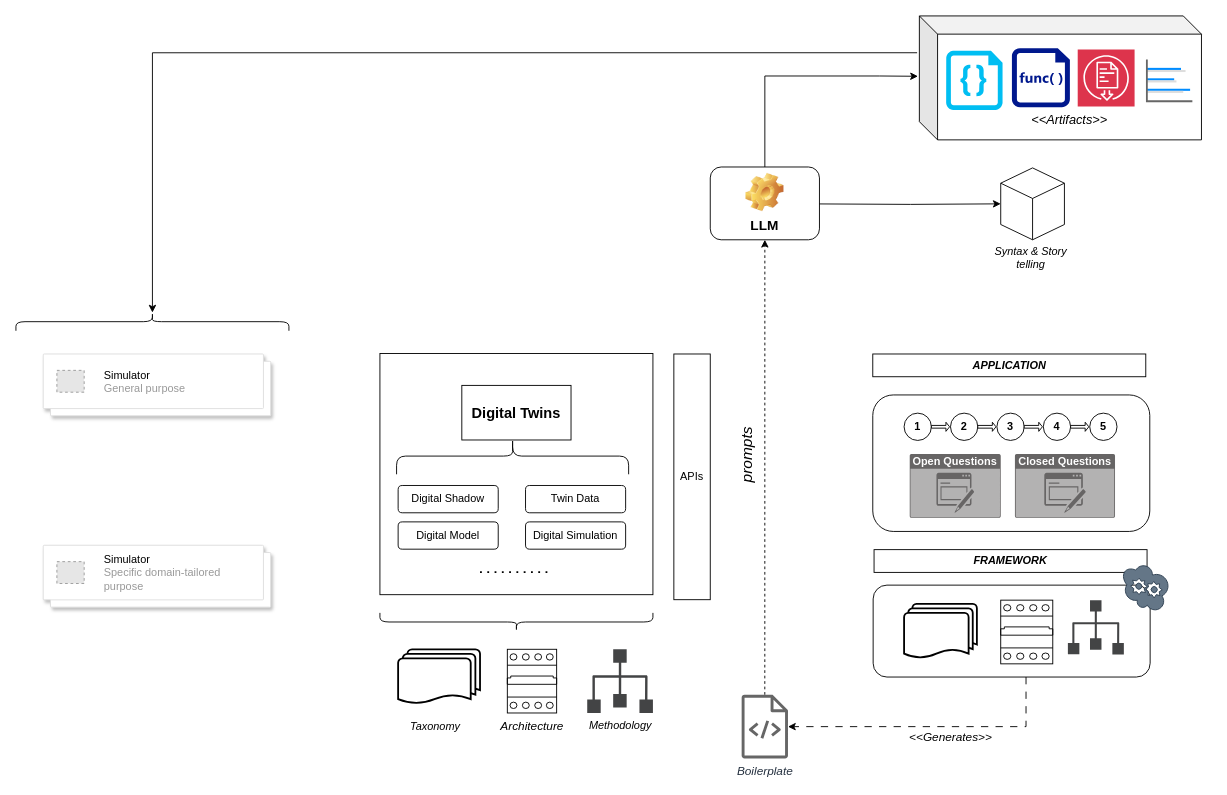
This is drawio/mams/dd-twins/DDTwins_Architecture.drawio from scrodrig/Diagrams, a draw.io file, before an edit. Source tidied: cells renumbered, new cells numbered last; positions are measured from the earlier drawing's top-left corner, leaving out a move shared by most shapes. Both pictures are drawn from the tidied source at 91%, with x=0, y=0 at pixel (43, 15). Pictures stored in the file or linked from it are replaced by grey dashed boxes.
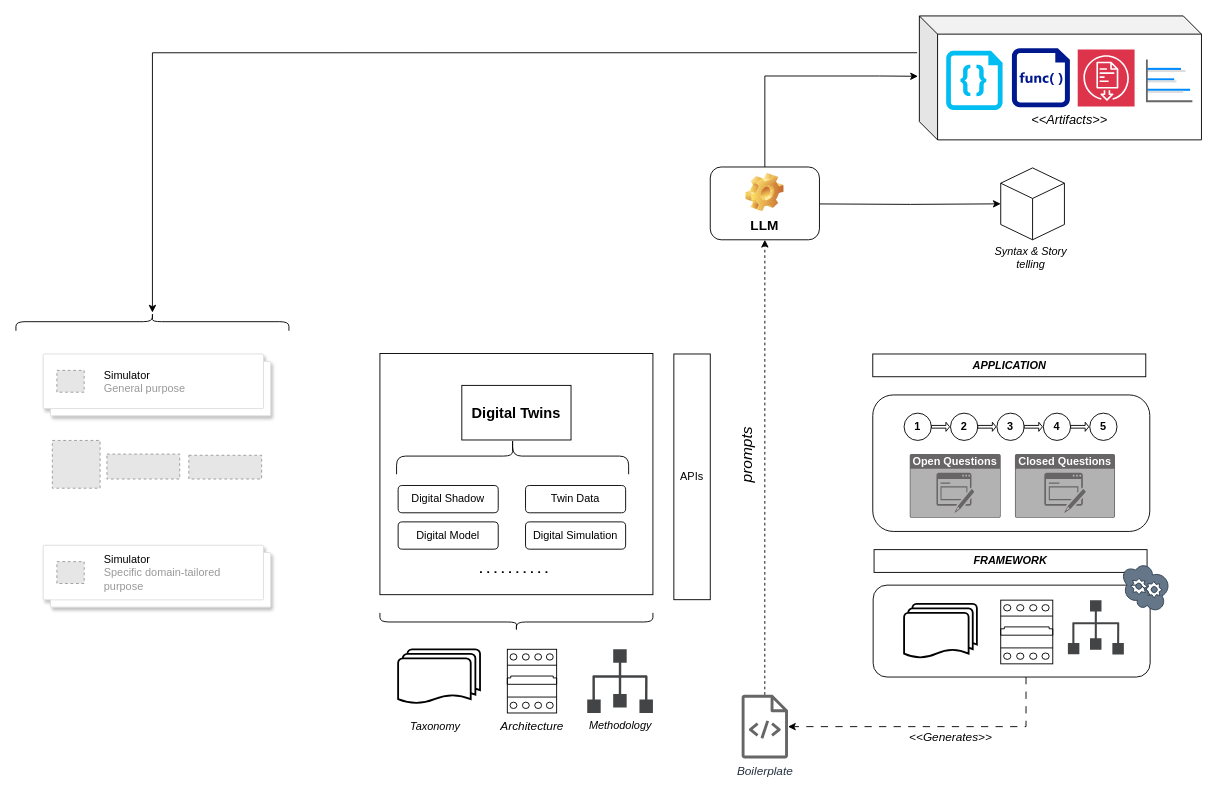
The same diagram, later.

Commit message:
add simulators logos

Change to the diagram source:
```diff
@@
+    <mxCell id="59" style="fillColor=#E6E6E6;strokeColor=#999999;dashed=1;verticalLabelPosition=bottom;verticalAlign=top;" parent="1" vertex="1">
+      <mxGeometry x="10" y="466.5" width="52.5" height="52.5" as="geometry" />
+    </mxCell>
+    <mxCell id="60" style="fillColor=#E6E6E6;strokeColor=#999999;dashed=1;verticalLabelPosition=bottom;verticalAlign=top;" parent="1" vertex="1">
+      <mxGeometry x="70" y="481.5" width="80" height="27.4" as="geometry" />
+    </mxCell>
+    <mxCell id="61" style="fillColor=#E6E6E6;strokeColor=#999999;dashed=1;verticalLabelPosition=bottom;verticalAlign=top;" parent="1" vertex="1">
+      <mxGeometry x="160" y="482.8" width="80" height="26.1" as="geometry" />
+    </mxCell>
```
